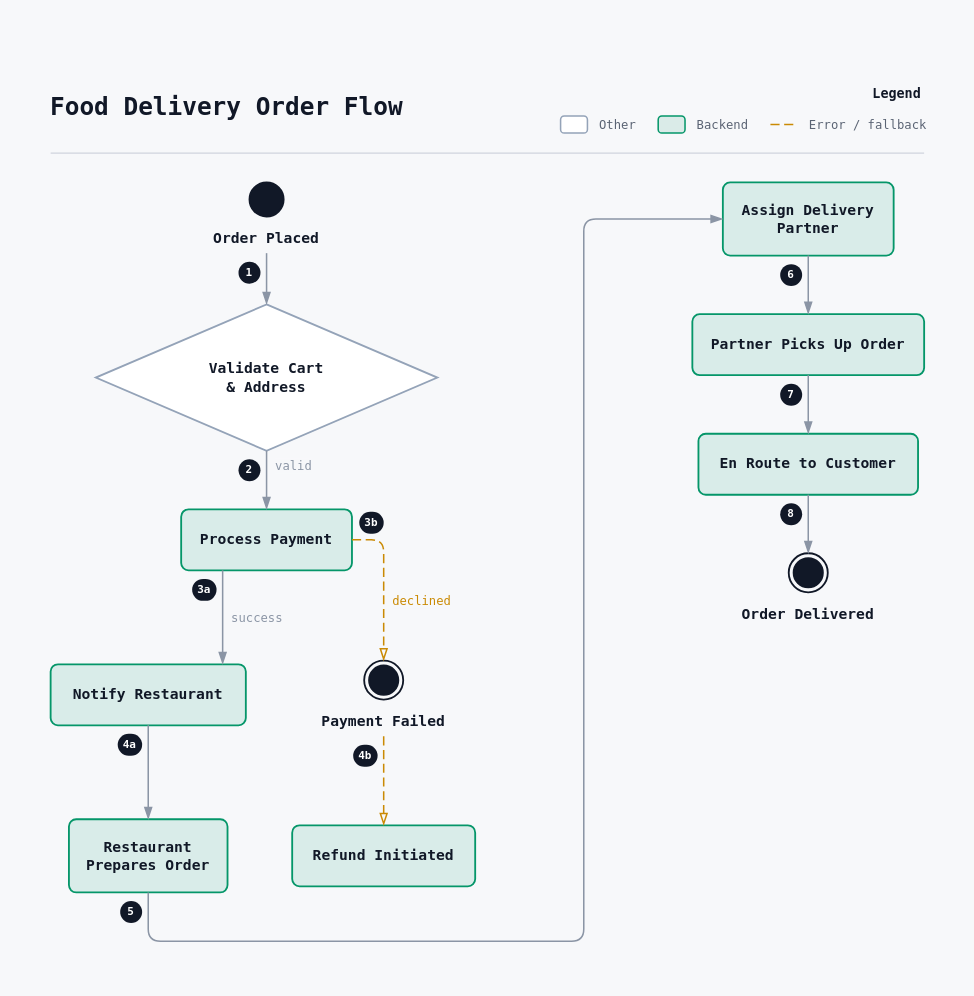
Before: examples/swiggy_order_flow/swiggy_order_flow.drawio in rg12301/rdg, a draw.io diagram. Source tidied: cells renumbered, new cells numbered last; positions are measured from the earlier drawing's top-left corner, leaving out a move shared by most shapes. Both pictures are drawn from the tidied source at 122%, with x=0, y=0 at pixel (21, 50).
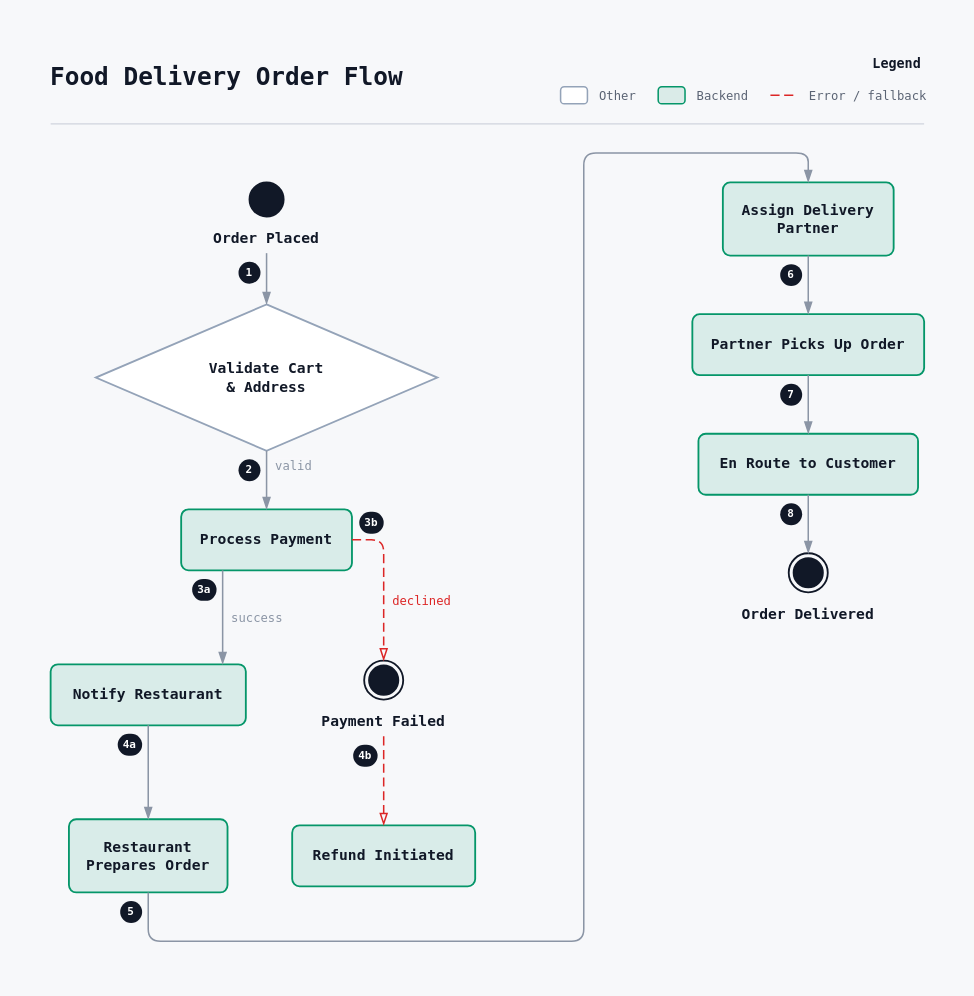
The same page after the edit.

The change refers to these unchanged cells:
```xml
<mxCell id="7" value="&lt;b&gt;Process Payment&lt;/b&gt;" style="rounded=1;absoluteArcSize=1;arcSize=12;html=1;whiteSpace=wrap;fillColor=#059669;fillOpacity=12;strokeColor=#059669;strokeWidth=1.5;shadow=0;fontFamily=JetBrains Mono, ui-monospace, SFMono-Regular, Menlo, Consolas, monospace;fontSize=12;fontColor=#111827;fontStyle=0;align=center;verticalAlign=middle;spacingTop=4;spacingBottom=4;spacingLeft=8;spacingRight=8;" parent="1" vertex="1">
  <mxGeometry x="131" y="376" width="140" height="50" as="geometry" />
</mxCell>
<mxCell id="9" value="&lt;b&gt;Restaurant&lt;/b&gt;&lt;br/&gt;&lt;b&gt;Prepares Order&lt;/b&gt;" style="rounded=1;absoluteArcSize=1;arcSize=12;html=1;whiteSpace=wrap;fillColor=#059669;fillOpacity=12;strokeColor=#059669;strokeWidth=1.5;shadow=0;fontFamily=JetBrains Mono, ui-monospace, SFMono-Regular, Menlo, Consolas, monospace;fontSize=12;fontColor=#111827;fontStyle=0;align=center;verticalAlign=middle;spacingTop=4;spacingBottom=4;spacingLeft=8;spacingRight=8;" parent="1" vertex="1">
  <mxGeometry x="39" y="630" width="130" height="60" as="geometry" />
</mxCell>
<mxCell id="10" value="&lt;b&gt;Assign Delivery&lt;/b&gt;&lt;br/&gt;&lt;b&gt;Partner&lt;/b&gt;" style="rounded=1;absoluteArcSize=1;arcSize=12;html=1;whiteSpace=wrap;fillColor=#059669;fillOpacity=12;strokeColor=#059669;strokeWidth=1.5;shadow=0;fontFamily=JetBrains Mono, ui-monospace, SFMono-Regular, Menlo, Consolas, monospace;fontSize=12;fontColor=#111827;fontStyle=0;align=center;verticalAlign=middle;spacingTop=4;spacingBottom=4;spacingLeft=8;spacingRight=8;" parent="1" vertex="1">
  <mxGeometry x="575" y="108" width="140" height="60" as="geometry" />
</mxCell>
<mxCell id="15" value="&lt;b&gt;Payment Failed&lt;/b&gt;" style="rounded=0;html=1;whiteSpace=wrap;fillColor=none;fillOpacity=100;strokeColor=none;strokeWidth=1.5;shadow=0;fontFamily=JetBrains Mono, ui-monospace, SFMono-Regular, Menlo, Consolas, monospace;fontSize=12;fontColor=#111827;fontStyle=0;align=center;verticalAlign=top;spacingTop=36;spacingBottom=0;spacingLeft=0;spacingRight=0;" parent="1" vertex="1">
  <mxGeometry x="237" y="500" width="120" height="56" as="geometry" />
</mxCell>
<mxCell id="17" value="&lt;b&gt;Refund Initiated&lt;/b&gt;" style="rounded=1;absoluteArcSize=1;arcSize=12;html=1;whiteSpace=wrap;fillColor=#059669;fillOpacity=12;strokeColor=#059669;strokeWidth=1.5;shadow=0;fontFamily=JetBrains Mono, ui-monospace, SFMono-Regular, Menlo, Consolas, monospace;fontSize=12;fontColor=#111827;fontStyle=0;align=center;verticalAlign=middle;spacingTop=4;spacingBottom=4;spacingLeft=8;spacingRight=8;" parent="1" vertex="1">
  <mxGeometry x="222" y="635" width="150" height="50" as="geometry" />
</mxCell>
```

Diff of the diagram source:
```diff
@@
     <mxCell id="2" style="rounded=0;fillColor=none;strokeColor=none;selectable=0;" parent="1" vertex="1">
-      <mxGeometry width="764" height="758" as="geometry" />
+      <mxGeometry y="-24" width="764" height="782" as="geometry" />
     </mxCell>
     <mxCell id="3" value="&lt;b&gt;&lt;font style=&quot;font-size:20px;color:#111827;line-height:27px;&quot;&gt;Food Delivery Order Flow&lt;/font&gt;&lt;/b&gt;" style="text;html=1;strokeColor=none;fillColor=none;align=left;verticalAlign=top;rounded=0;whiteSpace=nowrap;spacing=0;fontFamily=JetBrains Mono, ui-monospace, SFMono-Regular, Menlo, Consolas, monospace;" parent="1" vertex="1">
-      <mxGeometry x="24" y="28" width="292" height="27" as="geometry" />
+      <mxGeometry x="24" y="4" width="292" height="27" as="geometry" />
     </mxCell>
@@
-    <mxCell id="25" value="declined" style="exitX=1.00000;exitY=0.50000;exitDx=0;exitDy=0;exitPerimeter=0;entryX=0.50000;entryY=0.00000;entryDx=0;entryDy=0;entryPerimeter=0;edgeStyle=none;html=1;rounded=1;jumpStyle=arc;jumpSize=6;strokeColor=#ca8a04;strokeWidth=1.25;dashed=1;dashPattern=6 3;endArrow=blockThin;endFill=0;endSize=7;startArrow=none;labelBackgroundColor=#f7f8fa;labelBorderColor=none;fontFamily=JetBrains Mono, ui-monospace, SFMono-Regular, Menlo, Consolas, monospace;fontSize=10;fontColor=#ca8a04;" parent="1" edge="1" source="7" target="15">
+    <mxCell id="25" value="declined" style="exitX=1.00000;exitY=0.50000;exitDx=0;exitDy=0;exitPerimeter=0;entryX=0.50000;entryY=0.00000;entryDx=0;entryDy=0;entryPerimeter=0;edgeStyle=none;html=1;rounded=1;jumpStyle=arc;jumpSize=6;strokeColor=#dc2626;strokeWidth=1.25;dashed=1;dashPattern=6 3;endArrow=blockThin;endFill=0;endSize=7;startArrow=none;labelBackgroundColor=#f7f8fa;labelBorderColor=none;fontFamily=JetBrains Mono, ui-monospace, SFMono-Regular, Menlo, Consolas, monospace;fontSize=10;fontColor=#dc2626;" parent="1" edge="1" source="7" target="15">
       <mxGeometry x="0.21" y="31" relative="1" as="geometry">
         <Array as="points">
           <mxPoint x="297" y="401" />
         </Array>
       </mxGeometry>
     </mxCell>
@@
-    <mxCell id="27" style="exitX=0.50000;exitY=1.10714;exitDx=0;exitDy=0;exitPerimeter=0;entryX=0.50000;entryY=0.00000;entryDx=0;entryDy=0;entryPerimeter=0;edgeStyle=none;html=1;rounded=1;jumpStyle=arc;jumpSize=6;strokeColor=#ca8a04;strokeWidth=1.25;dashed=1;dashPattern=6 3;endArrow=blockThin;endFill=0;endSize=7;startArrow=none;labelBackgroundColor=#f7f8fa;labelBorderColor=none;fontFamily=JetBrains Mono, ui-monospace, SFMono-Regular, Menlo, Consolas, monospace;fontSize=10;fontColor=#ca8a04;" parent="1" edge="1" source="15" target="17">
+    <mxCell id="27" style="exitX=0.50000;exitY=1.10714;exitDx=0;exitDy=0;exitPerimeter=0;entryX=0.50000;entryY=0.00000;entryDx=0;entryDy=0;entryPerimeter=0;edgeStyle=none;html=1;rounded=1;jumpStyle=arc;jumpSize=6;strokeColor=#dc2626;strokeWidth=1.25;dashed=1;dashPattern=6 3;endArrow=blockThin;endFill=0;endSize=7;startArrow=none;labelBackgroundColor=#f7f8fa;labelBorderColor=none;fontFamily=JetBrains Mono, ui-monospace, SFMono-Regular, Menlo, Consolas, monospace;fontSize=10;fontColor=#dc2626;" parent="1" edge="1" source="15" target="17">
       <mxGeometry relative="1" as="geometry" />
     </mxCell>
@@
-    <mxCell id="31" style="exitX=0.50000;exitY=1.00000;exitDx=0;exitDy=0;exitPerimeter=0;entryX=0.00000;entryY=0.50000;entryDx=0;entryDy=0;entryPerimeter=0;edgeStyle=none;html=1;rounded=1;jumpStyle=arc;jumpSize=6;strokeColor=#8b95a5;strokeWidth=1.25;dashed=0;endArrow=blockThin;endFill=1;endSize=7;startArrow=none;labelBackgroundColor=#f7f8fa;labelBorderColor=none;fontFamily=JetBrains Mono, ui-monospace, SFMono-Regular, Menlo, Consolas, monospace;fontSize=10;fontColor=#8b95a5;" parent="1" edge="1" source="9" target="10">
+    <mxCell id="31" style="exitX=0.50000;exitY=1.00000;exitDx=0;exitDy=0;exitPerimeter=0;entryX=0.50000;entryY=0.00000;entryDx=0;entryDy=0;entryPerimeter=0;edgeStyle=none;html=1;rounded=1;jumpStyle=arc;jumpSize=6;strokeColor=#8b95a5;strokeWidth=1.25;dashed=0;endArrow=blockThin;endFill=1;endSize=7;startArrow=none;labelBackgroundColor=#f7f8fa;labelBorderColor=none;fontFamily=JetBrains Mono, ui-monospace, SFMono-Regular, Menlo, Consolas, monospace;fontSize=10;fontColor=#8b95a5;" parent="1" edge="1" source="9" target="10">
       <mxGeometry relative="1" as="geometry">
         <Array as="points">
           <mxPoint x="104" y="730" />
           <mxPoint x="461" y="730" />
-          <mxPoint x="461" y="138" />
+          <mxPoint x="461" y="84" />
+          <mxPoint x="645" y="84" />
         </Array>
       </mxGeometry>
     </mxCell>
@@
     <mxCell id="38" value="Legend" style="text;html=1;strokeColor=none;fillColor=none;align=left;verticalAlign=middle;whiteSpace=nowrap;fontFamily=JetBrains Mono, ui-monospace, SFMono-Regular, Menlo, Consolas, monospace;fontSize=11;fontColor=#111827;fontStyle=1;" parent="1" vertex="1">
-      <mxGeometry x="696.4" y="28" width="43.6" height="14.9" as="geometry" />
+      <mxGeometry x="696.4" y="4" width="43.6" height="14.9" as="geometry" />
     </mxCell>
     <mxCell id="39" style="rounded=1;absoluteArcSize=1;arcSize=6;fillColor=#ffffff;fillOpacity=100;strokeColor=#94a3b8;strokeWidth=1.25;" parent="1" vertex="1">
-      <mxGeometry x="442" y="53.6" width="22" height="14" as="geometry" />
+      <mxGeometry x="442" y="29.6" width="22" height="14" as="geometry" />
     </mxCell>
     <mxCell id="40" value="Other" style="text;html=1;strokeColor=none;fillColor=none;align=left;verticalAlign=middle;whiteSpace=nowrap;fontFamily=JetBrains Mono, ui-monospace, SFMono-Regular, Menlo, Consolas, monospace;fontSize=10;fontColor=#5b6474;fontStyle=0;" parent="1" vertex="1">
-      <mxGeometry x="472" y="48.9" width="50" height="23.5" as="geometry" />
+      <mxGeometry x="472" y="24.9" width="50" height="23.5" as="geometry" />
     </mxCell>
     <mxCell id="41" style="rounded=1;absoluteArcSize=1;arcSize=6;fillColor=#059669;fillOpacity=12;strokeColor=#059669;strokeWidth=1.25;" parent="1" vertex="1">
-      <mxGeometry x="522" y="53.6" width="22" height="14" as="geometry" />
+      <mxGeometry x="522" y="29.6" width="22" height="14" as="geometry" />
     </mxCell>
     <mxCell id="42" value="Backend" style="text;html=1;strokeColor=none;fillColor=none;align=left;verticalAlign=middle;whiteSpace=nowrap;fontFamily=JetBrains Mono, ui-monospace, SFMono-Regular, Menlo, Consolas, monospace;fontSize=10;fontColor=#5b6474;fontStyle=0;" parent="1" vertex="1">
-      <mxGeometry x="552" y="48.9" width="62" height="23.5" as="geometry" />
+      <mxGeometry x="552" y="24.9" width="62" height="23.5" as="geometry" />
     </mxCell>
-    <mxCell id="43" style="endArrow=none;html=1;strokeColor=#ca8a04;strokeWidth=1.25;dashed=1;dashPattern=6 3;" parent="1" edge="1">
+    <mxCell id="43" style="endArrow=none;html=1;strokeColor=#dc2626;strokeWidth=1.25;dashed=1;dashPattern=6 3;" parent="1" edge="1">
       <mxGeometry relative="1" as="geometry">
-        <mxPoint x="614" y="60.6" as="sourcePoint" />
-        <mxPoint x="636" y="60.6" as="targetPoint" />
+        <mxPoint x="614" y="36.6" as="sourcePoint" />
+        <mxPoint x="636" y="36.6" as="targetPoint" />
       </mxGeometry>
     </mxCell>
     <mxCell id="44" value="Error / fallback" style="text;html=1;strokeColor=none;fillColor=none;align=left;verticalAlign=middle;whiteSpace=nowrap;fontFamily=JetBrains Mono, ui-monospace, SFMono-Regular, Menlo, Consolas, monospace;fontSize=10;fontColor=#5b6474;fontStyle=0;" parent="1" vertex="1">
-      <mxGeometry x="644" y="48.9" width="116" height="23.5" as="geometry" />
+      <mxGeometry x="644" y="24.9" width="116" height="23.5" as="geometry" />
     </mxCell>
     <mxCell id="45" style="line;strokeWidth=1;strokeColor=#d0d5de;html=1;" parent="1" vertex="1">
-      <mxGeometry x="24" y="83" width="716" height="2" as="geometry" />
+      <mxGeometry x="24" y="59" width="716" height="2" as="geometry" />
     </mxCell>
```
